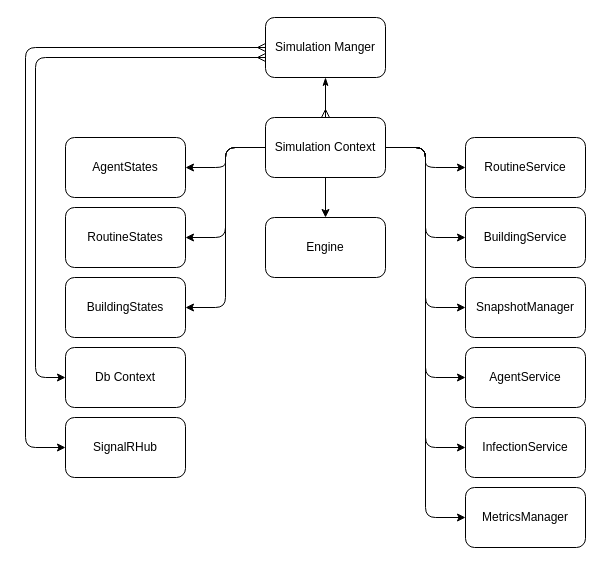
Above: Chapters/DocumentedDesignMedia/runtime_diagram.drawio in HWField/NEAComputerScienceReport-ALevel- (draw.io), before the change. Source tidied: cells renumbered, new cells numbered last; positions are measured from the earlier drawing's top-left corner, leaving out a move shared by most shapes. Both pictures are drawn from the tidied source at 100%, with x=0, y=0 at pixel (25, 17).
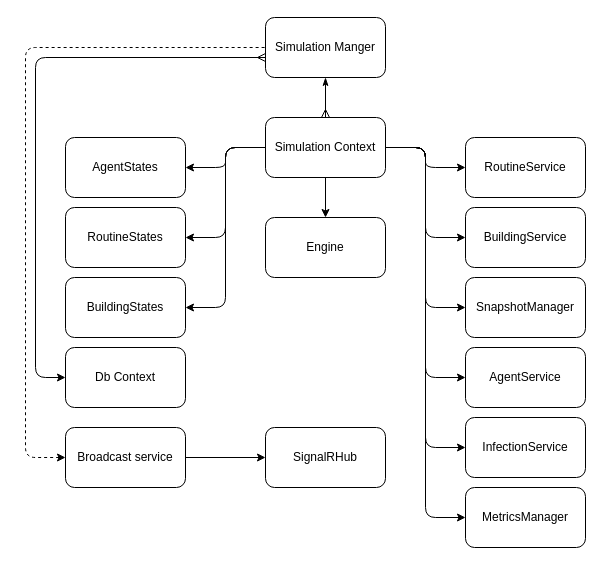
After the change.

Unchanged cells that the change refers to:
```xml
<mxCell id="5" value="Simulation Manger" style="rounded=1;whiteSpace=wrap;html=1;" parent="1" vertex="1">
  <mxGeometry x="240" width="120" height="60" as="geometry" />
</mxCell>
```

What changed in the source:
```diff
@@
-    <mxCell id="4" style="edgeStyle=orthogonalEdgeStyle;html=1;entryX=0;entryY=0.5;entryDx=0;entryDy=0;startArrow=ERmany;startFill=0;" parent="1" edge="1" source="5" target="28">
-      <mxGeometry relative="1" as="geometry">
-        <Array as="points">
-          <mxPoint y="30" />
-          <mxPoint y="430" />
-        </Array>
-      </mxGeometry>
-    </mxCell>
@@
     <mxCell id="28" value="SignalRHub" style="rounded=1;whiteSpace=wrap;html=1;" parent="1" vertex="1">
-      <mxGeometry x="40" y="400" width="120" height="60" as="geometry" />
+      <mxGeometry x="240" y="410" width="120" height="60" as="geometry" />
     </mxCell>
+    <mxCell id="29" style="edgeStyle=none;html=1;entryX=0;entryY=0.5;entryDx=0;entryDy=0;" parent="1" edge="1" source="4" target="28">
+      <mxGeometry relative="1" as="geometry" />
+    </mxCell>
+    <mxCell id="30" style="edgeStyle=orthogonalEdgeStyle;html=1;entryX=0;entryY=0.5;entryDx=0;entryDy=0;dashed=1;startArrow=classic;startFill=1;endArrow=none;endFill=0;exitX=0;exitY=0.5;exitDx=0;exitDy=0;" parent="1" edge="1" source="4" target="5">
+      <mxGeometry relative="1" as="geometry">
+        <Array as="points">
+          <mxPoint y="440" />
+          <mxPoint y="30" />
+        </Array>
+      </mxGeometry>
+    </mxCell>
+    <mxCell id="4" value="Broadcast service" style="rounded=1;whiteSpace=wrap;html=1;" parent="1" vertex="1">
+      <mxGeometry x="40" y="410" width="120" height="60" as="geometry" />
+    </mxCell>
```
